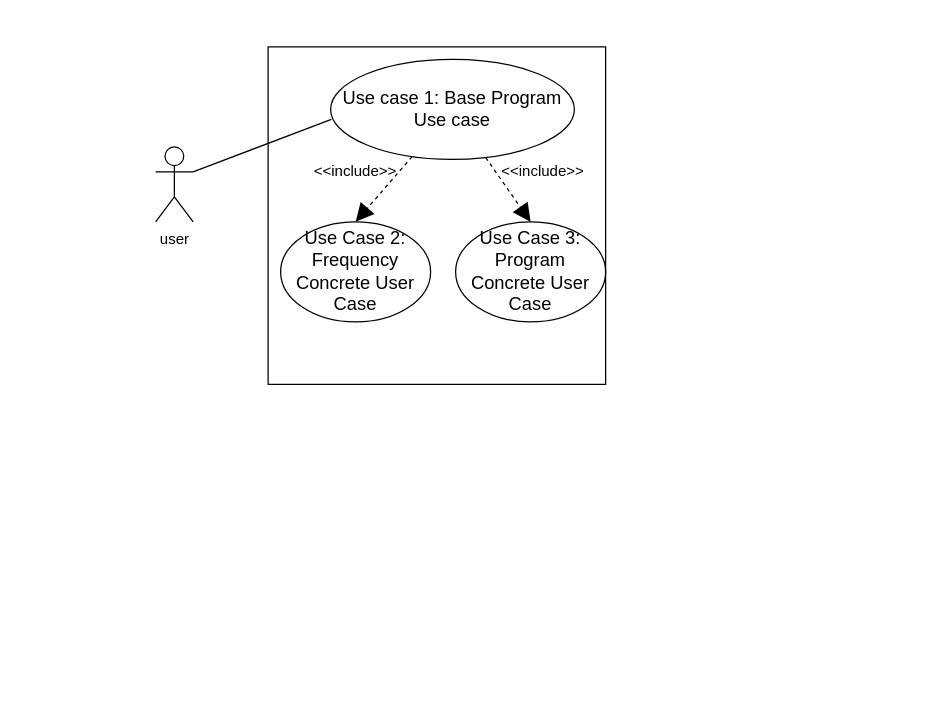
Above: uml/UseCaseDiagram.drawio in moxxxx/MCT-simulator (draw.io), before the change. Source tidied: cells renumbered, new cells numbered last; positions are measured from the earlier drawing's top-left corner, leaving out a move shared by most shapes. Both pictures are drawn from the tidied source at 125%, with x=0, y=0 at pixel (155, 46).
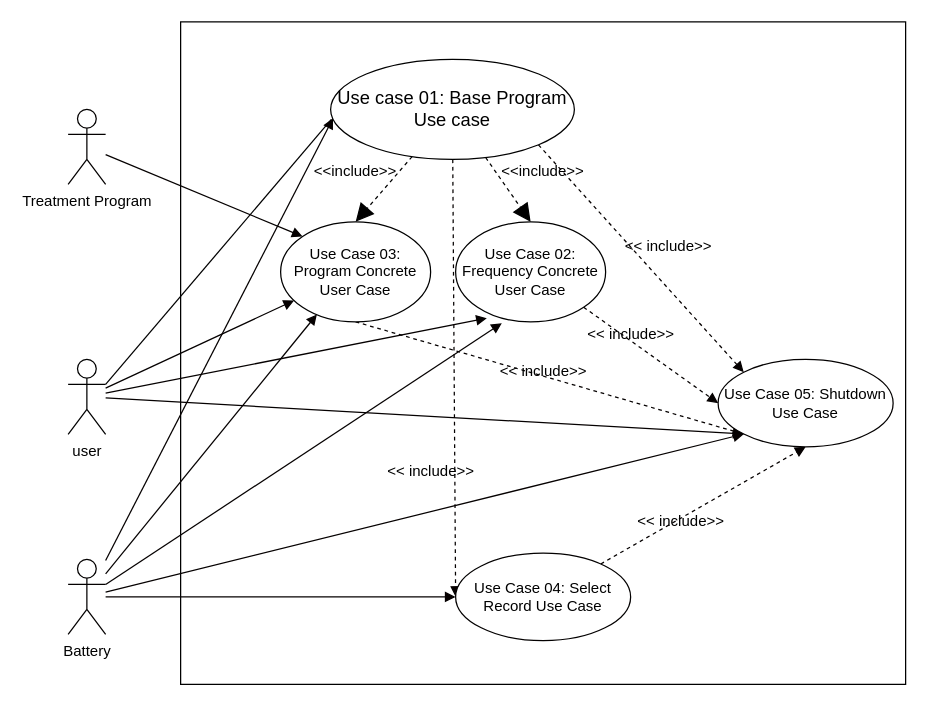
Above is the later version.

Diff of the diagram source:
```diff
@@
-    <mxCell id="2" style="whiteSpace=wrap;html=1;" parent="1" vertex="1">
-      <mxGeometry x="90" width="270" height="270" as="geometry" />
-    </mxCell>
+    <mxCell id="12" style="verticalLabelPosition=bottom;verticalAlign=top;html=1;shape=mxgraph.basic.rect;fillColor2=none;strokeWidth=1;size=20;indent=5;" parent="1" vertex="1">
+      <mxGeometry x="20" y="-20" width="580" height="530" as="geometry" />
+    </mxCell>
+    <mxCell id="13" style="edgeStyle=none;rounded=0;jettySize=auto;html=1;exitX=1;exitY=1;exitDx=0;exitDy=0;entryX=0;entryY=0.5;entryDx=0;entryDy=0;dashed=1;endArrow=block;endFill=1;strokeColor=#050000;" parent="1" edge="1" source="3" target="23">
+      <mxGeometry relative="1" as="geometry" />
+    </mxCell>
-    <mxCell id="3" value="&lt;span id=&quot;docs-internal-guid-17a5525f-7fff-796a-a62c-90382e2efcbe&quot;&gt;&lt;span style=&quot;font-size: 11pt ; font-family: &amp;#34;arial&amp;#34; ; background-color: transparent ; vertical-align: baseline&quot;&gt;Use Case 3: Program Concrete User Case&lt;/span&gt;&lt;/span&gt;" style="ellipse;whiteSpace=wrap;html=1;" parent="1" vertex="1">
+    <mxCell id="3" value="&lt;span style=&quot;text-align: left&quot;&gt;Use Case 02: Frequency Concrete User Case&lt;/span&gt;" style="ellipse;whiteSpace=wrap;html=1;" parent="1" vertex="1">
       <mxGeometry x="240" y="140" width="120" height="80" as="geometry" />
     </mxCell>
+    <mxCell id="14" style="edgeStyle=none;rounded=0;jettySize=auto;html=1;exitX=0.5;exitY=1;exitDx=0;exitDy=0;entryX=0;entryY=1;entryDx=0;entryDy=0;dashed=1;endArrow=block;endFill=1;strokeColor=#050000;" parent="1" edge="1" source="4" target="23">
+      <mxGeometry relative="1" as="geometry" />
+    </mxCell>
-    <mxCell id="4" value="&lt;span id=&quot;docs-internal-guid-13b553e7-7fff-112c-91fc-fa9577263965&quot;&gt;&lt;span style=&quot;font-size: 11pt ; font-family: &amp;#34;arial&amp;#34; ; background-color: transparent ; vertical-align: baseline&quot;&gt;Use Case 2: Frequency Concrete User Case&lt;/span&gt;&lt;/span&gt;" style="ellipse;whiteSpace=wrap;html=1;" parent="1" vertex="1">
+    <mxCell id="4" value="&lt;span style=&quot;text-align: left&quot;&gt;Use Case 03: Program Concrete User Case&lt;/span&gt;" style="ellipse;whiteSpace=wrap;html=1;" parent="1" vertex="1">
       <mxGeometry x="100" y="140" width="120" height="80" as="geometry" />
     </mxCell>
+    <mxCell id="15" style="edgeStyle=none;rounded=0;jettySize=auto;html=1;entryX=0;entryY=1;entryDx=0;entryDy=0;endArrow=block;endFill=1;strokeColor=#050000;" parent="1" edge="1" source="5" target="23">
+      <mxGeometry relative="1" as="geometry" />
+    </mxCell>
+    <mxCell id="16" style="edgeStyle=none;rounded=0;jettySize=auto;html=1;endArrow=block;endFill=1;strokeColor=#050000;" parent="1" edge="1" source="5" target="4">
+      <mxGeometry relative="1" as="geometry" />
+    </mxCell>
+    <mxCell id="17" style="edgeStyle=none;rounded=0;jettySize=auto;html=1;entryX=0.208;entryY=0.963;entryDx=0;entryDy=0;entryPerimeter=0;endArrow=block;endFill=1;strokeColor=#050000;" parent="1" edge="1" source="5" target="3">
+      <mxGeometry relative="1" as="geometry" />
+    </mxCell>
     <mxCell id="5" value="user" style="shape=umlActor;verticalLabelPosition=bottom;verticalAlign=top;html=1;outlineConnect=0;" parent="1" vertex="1">
-      <mxGeometry y="80" width="30" height="60" as="geometry" />
+      <mxGeometry x="-70" y="250" width="30" height="60" as="geometry" />
     </mxCell>
+    <mxCell id="18" style="rounded=0;jettySize=auto;html=1;entryX=0;entryY=0.5;entryDx=0;entryDy=0;strokeColor=#050000;dashed=1;endArrow=block;endFill=1;" parent="1" edge="1" source="6" target="21">
+      <mxGeometry relative="1" as="geometry" />
+    </mxCell>
+    <mxCell id="19" style="rounded=0;jettySize=auto;html=1;exitX=1;exitY=1;exitDx=0;exitDy=0;entryX=0;entryY=0;entryDx=0;entryDy=0;dashed=1;endArrow=block;endFill=1;strokeColor=#050000;" parent="1" edge="1" source="6" target="23">
+      <mxGeometry relative="1" as="geometry" />
+    </mxCell>
-    <mxCell id="6" value="&lt;span id=&quot;docs-internal-guid-5c088867-7fff-5987-1df7-6b3fbcfb0827&quot;&gt;&lt;span style=&quot;font-size: 11pt ; font-family: &amp;#34;arial&amp;#34; ; background-color: transparent ; vertical-align: baseline&quot;&gt;Use case 1: Base Program Use case&lt;/span&gt;&lt;/span&gt;" style="ellipse;whiteSpace=wrap;html=1;" parent="1" vertex="1">
+    <mxCell id="6" value="&lt;span id=&quot;docs-internal-guid-5c088867-7fff-5987-1df7-6b3fbcfb0827&quot;&gt;&lt;span style=&quot;font-size: 11pt ; font-family: &amp;#34;arial&amp;#34; ; background-color: transparent ; vertical-align: baseline&quot;&gt;Use case 01: Base Program Use case&lt;/span&gt;&lt;/span&gt;" style="ellipse;whiteSpace=wrap;html=1;" parent="1" vertex="1">
       <mxGeometry x="140" y="10" width="195" height="80" as="geometry" />
     </mxCell>
@@
+    <mxCell id="20" style="edgeStyle=none;rounded=0;jettySize=auto;html=1;entryX=0.5;entryY=1;entryDx=0;entryDy=0;dashed=1;endArrow=block;endFill=1;strokeColor=#050000;" parent="1" edge="1" source="21" target="23">
+      <mxGeometry relative="1" as="geometry" />
+    </mxCell>
+    <mxCell id="21" value="Use Case 04: Select Record Use Case" style="ellipse;whiteSpace=wrap;html=1;strokeColor=#030000;" parent="1" vertex="1">
+      <mxGeometry x="240" y="405" width="140" height="70" as="geometry" />
+    </mxCell>
+    <mxCell id="22" value="&amp;lt;&amp;lt; include&amp;gt;&amp;gt;" style="text;html=1;align=center;verticalAlign=middle;strokeColor=none;" parent="1" vertex="1">
+      <mxGeometry x="380" y="370" width="80" height="20" as="geometry" />
+    </mxCell>
+    <mxCell id="23" value="Use Case 05: Shutdown Use Case" style="ellipse;whiteSpace=wrap;html=1;strokeColor=#030000;" parent="1" vertex="1">
+      <mxGeometry x="450" y="250" width="140" height="70" as="geometry" />
+    </mxCell>
+    <mxCell id="24" value="&amp;lt;&amp;lt; include&amp;gt;&amp;gt;" style="text;html=1;align=center;verticalAlign=middle;strokeColor=none;" parent="1" vertex="1">
+      <mxGeometry x="370" y="150" width="80" height="20" as="geometry" />
+    </mxCell>
+    <mxCell id="25" value="&amp;lt;&amp;lt; include&amp;gt;&amp;gt;" style="text;html=1;align=center;verticalAlign=middle;strokeColor=none;" parent="1" vertex="1">
+      <mxGeometry x="180" y="330" width="80" height="20" as="geometry" />
+    </mxCell>
+    <mxCell id="26" value="&amp;lt;&amp;lt; include&amp;gt;&amp;gt;" style="text;html=1;align=center;verticalAlign=middle;strokeColor=none;" parent="1" vertex="1">
+      <mxGeometry x="270" y="250" width="80" height="20" as="geometry" />
+    </mxCell>
+    <mxCell id="27" value="&amp;lt;&amp;lt; include&amp;gt;&amp;gt;" style="text;html=1;align=center;verticalAlign=middle;strokeColor=none;" parent="1" vertex="1">
+      <mxGeometry x="340" y="220" width="80" height="20" as="geometry" />
+    </mxCell>
+    <mxCell id="28" style="edgeStyle=none;rounded=0;jettySize=auto;html=1;entryX=0;entryY=1;entryDx=0;entryDy=0;endArrow=block;endFill=1;strokeColor=#050000;" parent="1" edge="1" source="33" target="23">
+      <mxGeometry relative="1" as="geometry" />
+    </mxCell>
+    <mxCell id="29" style="edgeStyle=none;rounded=0;jettySize=auto;html=1;entryX=0.01;entryY=0.588;entryDx=0;entryDy=0;entryPerimeter=0;endArrow=block;endFill=1;strokeColor=#050000;" parent="1" edge="1" source="33" target="6">
+      <mxGeometry relative="1" as="geometry" />
+    </mxCell>
+    <mxCell id="30" style="edgeStyle=none;rounded=0;jettySize=auto;html=1;entryX=0.242;entryY=0.925;entryDx=0;entryDy=0;entryPerimeter=0;endArrow=block;endFill=1;strokeColor=#050000;" parent="1" edge="1" source="33" target="4">
+      <mxGeometry relative="1" as="geometry" />
+    </mxCell>
+    <mxCell id="31" style="edgeStyle=none;rounded=0;jettySize=auto;html=1;entryX=0.308;entryY=1.013;entryDx=0;entryDy=0;entryPerimeter=0;endArrow=block;endFill=1;strokeColor=#050000;" parent="1" edge="1" source="33" target="3">
+      <mxGeometry relative="1" as="geometry" />
+    </mxCell>
+    <mxCell id="32" style="edgeStyle=none;rounded=0;jettySize=auto;html=1;endArrow=block;endFill=1;strokeColor=#050000;entryX=0;entryY=0.5;entryDx=0;entryDy=0;" parent="1" edge="1" source="33" target="21">
+      <mxGeometry relative="1" as="geometry" />
+    </mxCell>
+    <mxCell id="33" value="Battery" style="shape=umlActor;verticalLabelPosition=bottom;verticalAlign=top;html=1;strokeColor=#030000;" parent="1" vertex="1">
+      <mxGeometry x="-70" y="410" width="30" height="60" as="geometry" />
+    </mxCell>
+    <mxCell id="34" style="edgeStyle=none;rounded=0;jettySize=auto;html=1;entryX=0;entryY=0;entryDx=0;entryDy=0;endArrow=block;endFill=1;strokeColor=#050000;" parent="1" edge="1" source="35" target="4">
+      <mxGeometry relative="1" as="geometry" />
+    </mxCell>
+    <mxCell id="35" value="Treatment Program" style="shape=umlActor;verticalLabelPosition=bottom;verticalAlign=top;html=1;strokeColor=#030000;" parent="1" vertex="1">
+      <mxGeometry x="-70" y="50" width="30" height="60" as="geometry" />
+    </mxCell>
```
